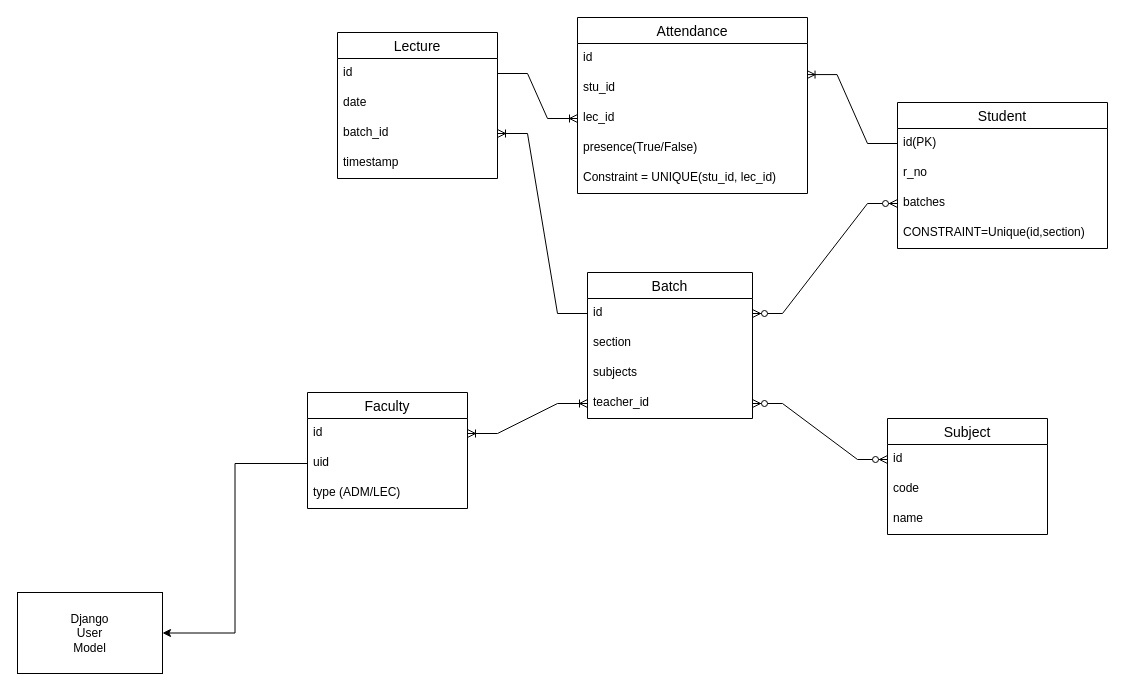
harsh098/diagrams keeps this draw.io diagram as attsyser.drawio. Above is the earlier version. Source tidied: cells renumbered, new cells numbered last; positions are measured from the earlier drawing's top-left corner, leaving out a move shared by most shapes. Both pictures are drawn from the tidied source at 100%, with x=0, y=0 at pixel (17, 17).
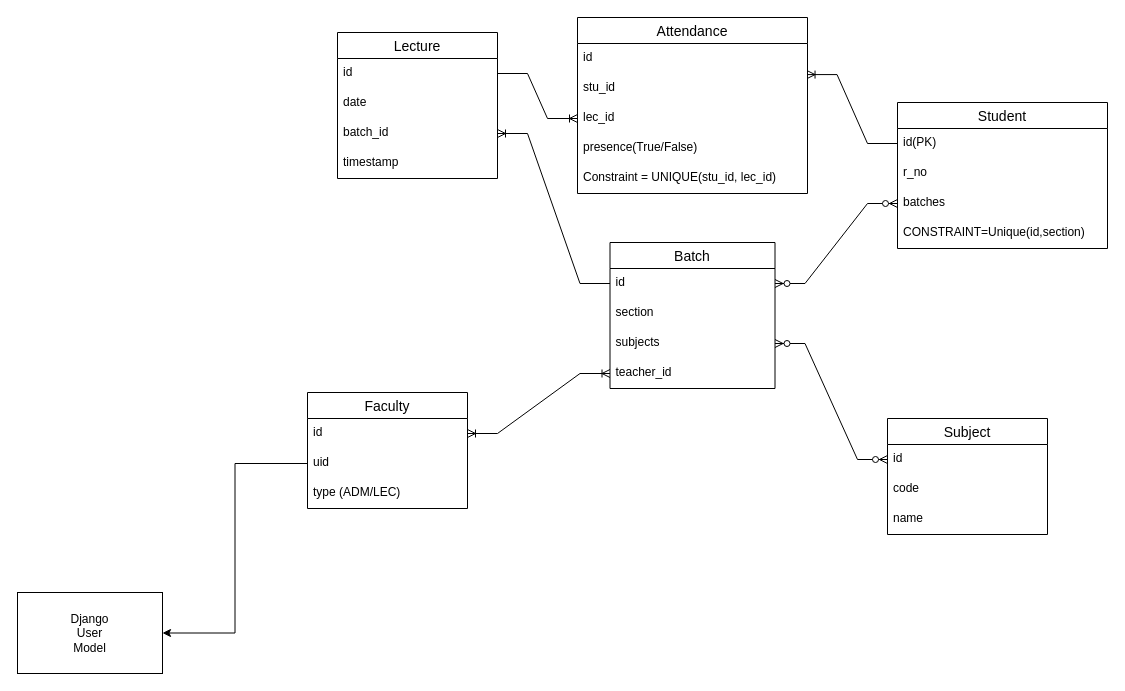
The same page after the edit.

The change refers to these unchanged cells:
```xml
<mxCell id="12" value="id" style="text;strokeColor=none;fillColor=none;spacingLeft=4;spacingRight=4;overflow=hidden;points=[[0,0.5],[1,0.5]];portConstraint=eastwest;fontSize=12;" parent="11" vertex="1">
  <mxGeometry y="26" width="160" height="30" as="geometry" />
</mxCell>
<mxCell id="18" value="subjects" style="text;strokeColor=none;fillColor=none;spacingLeft=4;spacingRight=4;overflow=hidden;points=[[0,0.5],[1,0.5]];portConstraint=eastwest;fontSize=12;" parent="15" vertex="1">
  <mxGeometry y="86" width="165" height="30" as="geometry" />
</mxCell>
<mxCell id="19" value="teacher_id" style="text;strokeColor=none;fillColor=none;spacingLeft=4;spacingRight=4;overflow=hidden;points=[[0,0.5],[1,0.5]];portConstraint=eastwest;fontSize=12;" parent="15" vertex="1">
  <mxGeometry y="116" width="165" height="30" as="geometry" />
</mxCell>
```

What changed in the source:
```diff
@@
     <mxCell id="15" value="Batch" style="swimlane;fontStyle=0;horizontal=1;startSize=26;align=center;fontSize=14;" parent="1" vertex="1">
-      <mxGeometry x="570" y="255" width="165" height="146" as="geometry" />
+      <mxGeometry x="592.5" y="225" width="165" height="146" as="geometry" />
     </mxCell>
@@
-    <mxCell id="34" style="edgeStyle=entityRelationEdgeStyle;fontSize=12;html=1;endArrow=ERzeroToMany;endFill=1;startArrow=ERzeroToMany;rounded=0;entryX=0;entryY=0.5;entryDx=0;entryDy=0;exitX=1;exitY=0.5;exitDx=0;exitDy=0;" parent="1" edge="1" source="19" target="12">
+    <mxCell id="34" style="edgeStyle=entityRelationEdgeStyle;fontSize=12;html=1;endArrow=ERzeroToMany;endFill=1;startArrow=ERzeroToMany;rounded=0;entryX=0;entryY=0.5;entryDx=0;entryDy=0;exitX=1;exitY=0.5;exitDx=0;exitDy=0;" parent="1" edge="1" source="18" target="12">
       <mxGeometry relative="1" as="geometry" />
     </mxCell>
```
